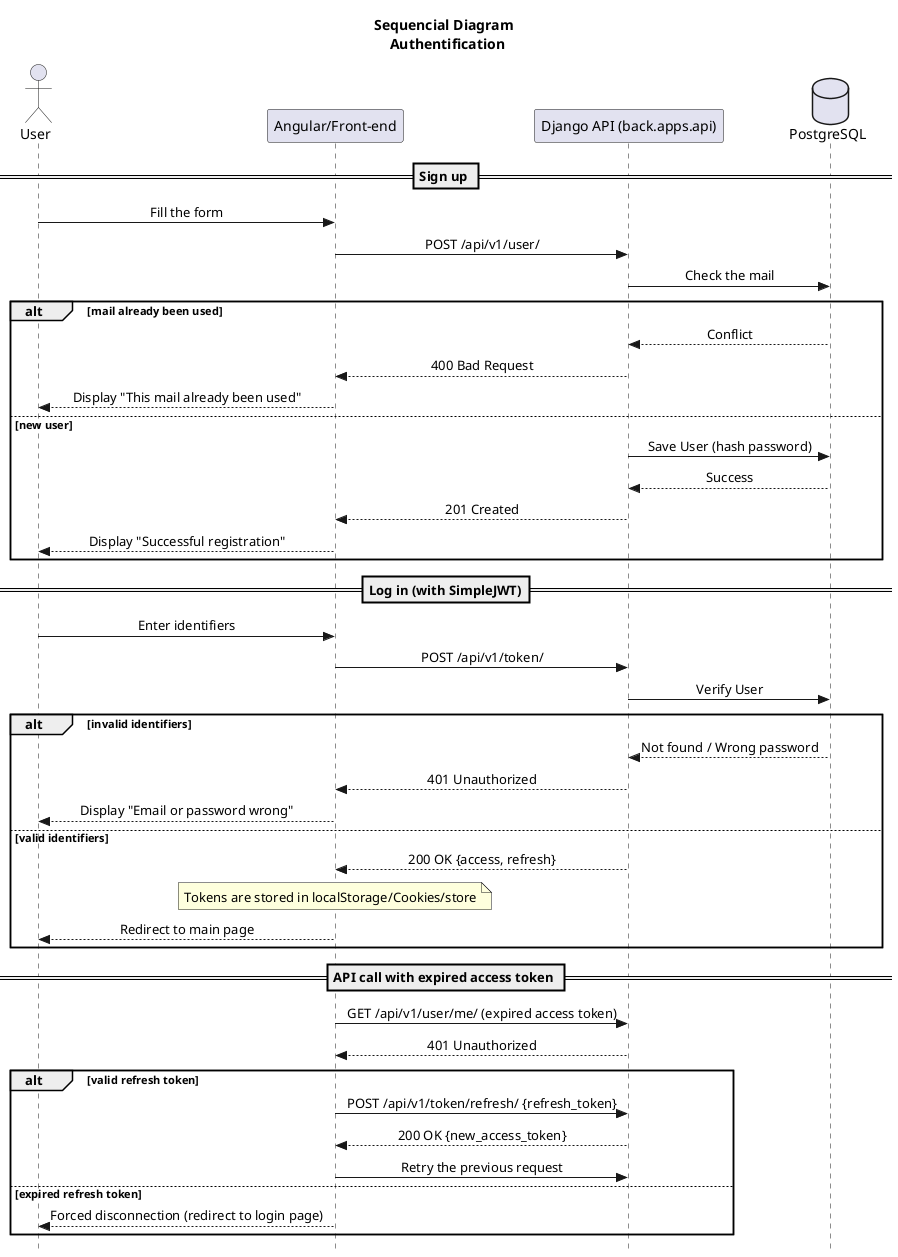
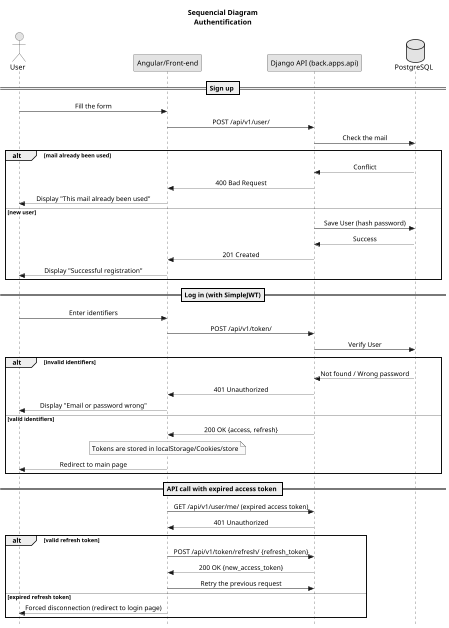
@startuml
- title "Sequencial Diagram \n Authentification"
- 
+ title Sequencial Diagram\nAuthentification
+ scale 0.5
+ skinparam monochrome true
+ skinparam shadowing false
+ skinparam defaultFontName Arial
+ skinparam linetype ortho
skinparam style strictuml
skinparam sequenceMessageAlign center

actor "User" as User
participant "Angular/Front-end" as Front
participant "Django API (back.apps.api)" as API
database "PostgreSQL" as DB

== Sign up ==
User -> Front: Fill the form
Front -> API: POST /api/v1/user/
API -> DB: Check the mail

alt mail already been used
    DB --> API: Conflict
    API --> Front: 400 Bad Request
    Front --> User: Display "This mail already been used"
else new user
    API -> DB: Save User (hash password)
    DB --> API: Success
    API --> Front: 201 Created
    Front --> User: Display "Successful registration"
end

== Log in (with SimpleJWT)==

User -> Front: Enter identifiers
Front -> API: POST /api/v1/token/
API -> DB: Verify User
alt invalid identifiers
    DB --> API: Not found / Wrong password
    API --> Front: 401 Unauthorized
    Front --> User: Display "Email or password wrong"
else valid identifiers
    API --> Front: 200 OK {access, refresh}
    Note over Front: Tokens are stored in localStorage/Cookies/store
    Front --> User: Redirect to main page
end

== API call with expired access token ==
Front -> API: GET /api/v1/user/me/ (expired access token)
API --> Front: 401 Unauthorized

alt valid refresh token
    Front -> API: POST /api/v1/token/refresh/ {refresh_token}
    API --> Front: 200 OK {new_access_token}
    Front -> API: Retry the previous request
else expired refresh token
    Front --> User:  Forced disconnection (redirect to login page)
end
@enduml